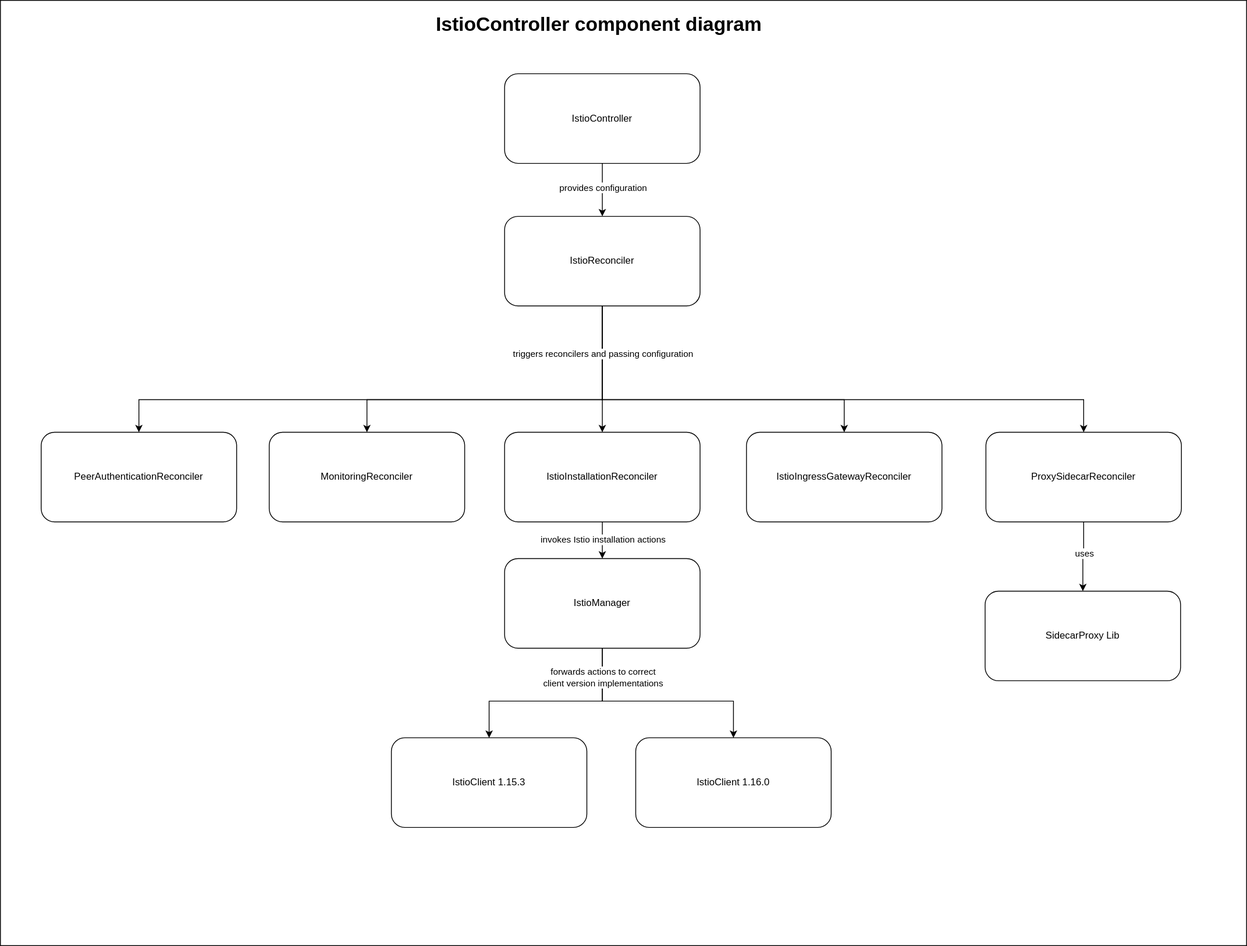
The draw.io diagram docs/controller-component-diagram.svg in kyma-project/istio, before a commit. Source tidied: cells renumbered, new cells last; positions are measured from the earlier drawing's top-left corner, leaving out a move shared by most shapes.
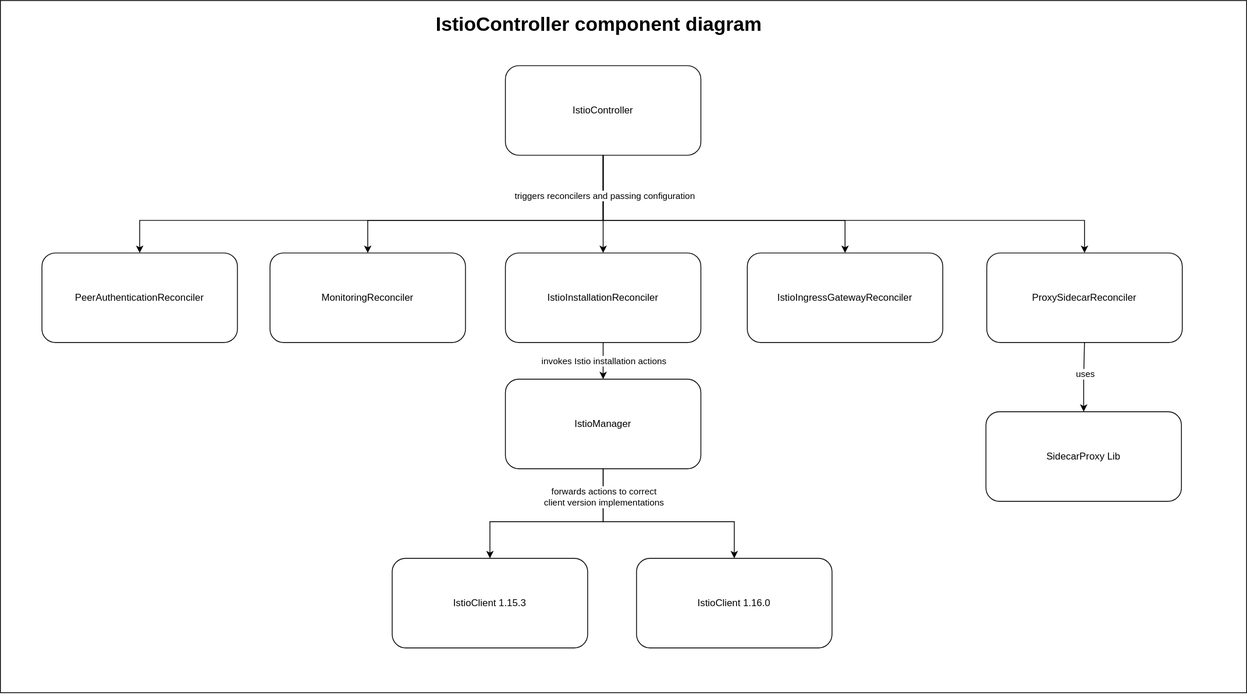
After the change.

Commit message:
Remove IstioReconciler to simplify component structure and add more information

Diff of the diagram source:
```diff
@@ -3,10 +3,10 @@
     <mxCell id="0" />
     <mxCell id="1" parent="0" />
     <mxCell id="2" style="rounded=0;whiteSpace=wrap;html=1;fillColor=none;" parent="1" vertex="1">
-      <mxGeometry width="1530" height="1160" as="geometry" />
+      <mxGeometry x="-1" y="220" width="1530" height="850" as="geometry" />
     </mxCell>
     <mxCell id="3" value="IstioController" style="rounded=1;whiteSpace=wrap;html=1;" parent="1" vertex="1">
-      <mxGeometry x="619" y="90" width="240" height="110" as="geometry" />
+      <mxGeometry x="619" y="300" width="240" height="110" as="geometry" />
     </mxCell>
     <mxCell id="4" style="edgeStyle=orthogonalEdgeStyle;rounded=0;jettySize=auto;html=1;" parent="1" edge="1" source="6" target="24">
       <mxGeometry relative="1" as="geometry" />
@@ -17,13 +17,7 @@
     <mxCell id="6" value="IstioInstallationReconciler" style="rounded=1;whiteSpace=wrap;html=1;" parent="1" vertex="1">
       <mxGeometry x="619" y="530" width="240" height="110" as="geometry" />
     </mxCell>
-    <mxCell id="7" style="edgeStyle=orthogonalEdgeStyle;rounded=0;jettySize=auto;html=1;entryX=0.5;entryY=1;entryDx=0;entryDy=0;startArrow=classic;startFill=1;endArrow=none;endFill=0;" parent="1" edge="1" source="12" target="3">
-      <mxGeometry relative="1" as="geometry" />
-    </mxCell>
-    <mxCell id="8" value="provides configuration" style="edgeLabel;html=1;align=center;verticalAlign=middle;" parent="7" vertex="1">
-      <mxGeometry x="0.1" relative="1" as="geometry" />
-    </mxCell>
-    <mxCell id="9" style="edgeStyle=orthogonalEdgeStyle;rounded=0;jettySize=auto;html=1;entryX=0.5;entryY=0;entryDx=0;entryDy=0;" parent="1" edge="1" source="12" target="27">
+    <mxCell id="9" style="edgeStyle=orthogonalEdgeStyle;rounded=0;jettySize=auto;html=1;entryX=0.5;entryY=0;entryDx=0;entryDy=0;exitX=0.5;exitY=1;exitDx=0;exitDy=0;" parent="1" edge="1" source="3" target="27">
       <mxGeometry relative="1" as="geometry">
         <Array as="points">
           <mxPoint x="739" y="490" />
@@ -31,10 +25,10 @@
         </Array>
       </mxGeometry>
     </mxCell>
-    <mxCell id="10" style="edgeStyle=orthogonalEdgeStyle;rounded=0;jettySize=auto;html=1;entryX=0.5;entryY=0;entryDx=0;entryDy=0;" parent="1" edge="1" source="12" target="6">
+    <mxCell id="10" style="edgeStyle=orthogonalEdgeStyle;rounded=0;jettySize=auto;html=1;entryX=0.5;entryY=0;entryDx=0;entryDy=0;exitX=0.5;exitY=1;exitDx=0;exitDy=0;" parent="1" edge="1" source="3" target="6">
       <mxGeometry relative="1" as="geometry" />
     </mxCell>
-    <mxCell id="11" style="edgeStyle=orthogonalEdgeStyle;rounded=0;jettySize=auto;html=1;" parent="1" edge="1" source="12" target="28">
+    <mxCell id="11" style="edgeStyle=orthogonalEdgeStyle;rounded=0;jettySize=auto;html=1;exitX=0.5;exitY=1;exitDx=0;exitDy=0;" parent="1" edge="1" source="3" target="28">
       <mxGeometry relative="1" as="geometry">
         <Array as="points">
           <mxPoint x="739" y="490" />
@@ -42,9 +36,6 @@
         </Array>
       </mxGeometry>
     </mxCell>
-    <mxCell id="12" value="IstioReconciler" style="rounded=1;whiteSpace=wrap;html=1;" parent="1" vertex="1">
-      <mxGeometry x="619" y="265" width="240" height="110" as="geometry" />
-    </mxCell>
     <mxCell id="13" style="edgeStyle=orthogonalEdgeStyle;rounded=0;jettySize=auto;html=1;entryX=0.5;entryY=1;entryDx=0;entryDy=0;startArrow=classic;startFill=1;endArrow=none;endFill=0;" parent="1" edge="1" source="15" target="17">
       <mxGeometry relative="1" as="geometry" />
     </mxCell>
@@ -54,7 +45,7 @@
     <mxCell id="15" value="SidecarProxy Lib" style="rounded=1;whiteSpace=wrap;html=1;" parent="1" vertex="1">
       <mxGeometry x="1209" y="725" width="240" height="110" as="geometry" />
     </mxCell>
-    <mxCell id="16" style="edgeStyle=orthogonalEdgeStyle;rounded=0;jettySize=auto;html=1;entryX=0.5;entryY=1;entryDx=0;entryDy=0;startArrow=classic;startFill=1;endArrow=none;endFill=0;" parent="1" edge="1" source="17" target="12">
+    <mxCell id="16" style="edgeStyle=orthogonalEdgeStyle;rounded=0;jettySize=auto;html=1;entryX=0.5;entryY=1;entryDx=0;entryDy=0;startArrow=classic;startFill=1;endArrow=none;endFill=0;" parent="1" edge="1" source="17" target="3">
       <mxGeometry relative="1" as="geometry">
         <Array as="points">
           <mxPoint x="1330" y="490" />
@@ -65,7 +56,7 @@
     <mxCell id="17" value="ProxySidecarReconciler" style="rounded=1;whiteSpace=wrap;html=1;" parent="1" vertex="1">
       <mxGeometry x="1210" y="530" width="240" height="110" as="geometry" />
     </mxCell>
-    <mxCell id="18" style="edgeStyle=orthogonalEdgeStyle;rounded=0;jettySize=auto;html=1;entryX=0.5;entryY=1;entryDx=0;entryDy=0;startArrow=classic;startFill=1;endArrow=none;endFill=0;" parent="1" edge="1" source="20" target="12">
+    <mxCell id="18" style="edgeStyle=orthogonalEdgeStyle;rounded=0;jettySize=auto;html=1;entryX=0.5;entryY=1;entryDx=0;entryDy=0;startArrow=classic;startFill=1;endArrow=none;endFill=0;" parent="1" edge="1" source="20" target="3">
       <mxGeometry relative="1" as="geometry">
         <Array as="points">
           <mxPoint x="1036" y="490" />
@@ -118,7 +109,7 @@
       <mxGeometry x="50" y="530" width="240" height="110" as="geometry" />
     </mxCell>
     <mxCell id="29" value="&lt;h1&gt;IstioController component diagram&lt;/h1&gt;" style="text;html=1;strokeColor=none;fillColor=none;spacing=5;spacingTop=-20;whiteSpace=wrap;overflow=hidden;rounded=0;" parent="1" vertex="1">
-      <mxGeometry x="530" y="10" width="490" height="50" as="geometry" />
+      <mxGeometry x="529" y="230" width="490" height="50" as="geometry" />
     </mxCell>
   </root>
 </mxGraphModel>
```
